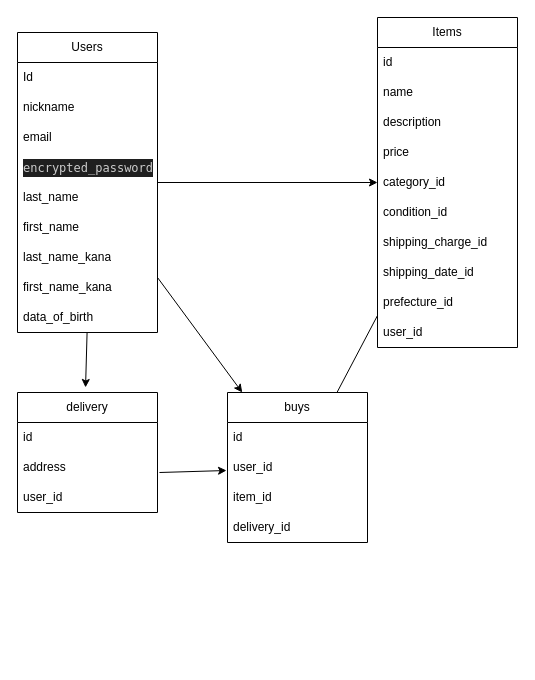
Earlier version of the draw.io diagram er.dio (hm0139/furima-39527). Source tidied: cells renumbered, new cells numbered last; positions are measured from the earlier drawing's top-left corner, leaving out a move shared by most shapes. Both pictures are drawn from the tidied source at 100%, with x=0, y=0 at pixel (17, 17).
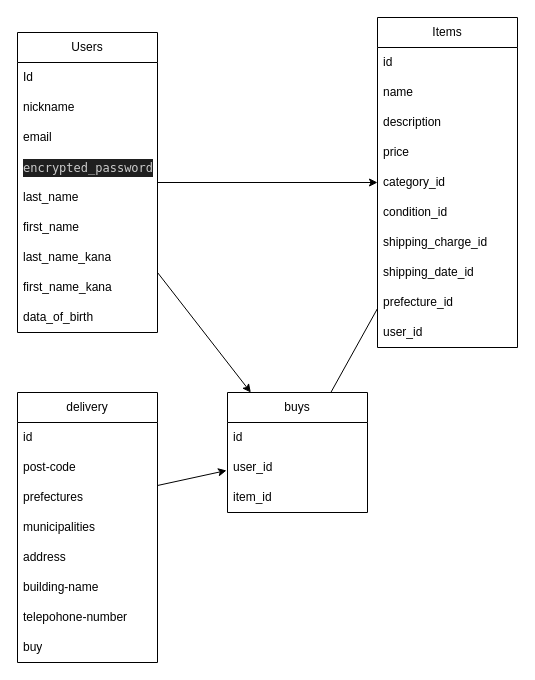
Above is the later version.

The change refers to these unchanged cells:
```xml
<mxCell id="11" value="data_of_birth" style="text;strokeColor=none;fillColor=none;align=left;verticalAlign=middle;spacingLeft=4;spacingRight=4;overflow=hidden;points=[[0,0.5],[1,0.5]];portConstraint=eastwest;whiteSpace=wrap;html=1;" parent="2" vertex="1">
  <mxGeometry y="270" width="140" height="30" as="geometry" />
</mxCell>
<mxCell id="26" value="user_id" style="text;strokeColor=none;fillColor=none;align=left;verticalAlign=middle;spacingLeft=4;spacingRight=4;overflow=hidden;points=[[0,0.5],[1,0.5]];portConstraint=eastwest;whiteSpace=wrap;html=1;" parent="24" vertex="1">
  <mxGeometry y="60" width="140" height="30" as="geometry" />
</mxCell>
```

The edit, as a diff of the source:
```diff
@@
     <mxCell id="24" value="buys" style="swimlane;fontStyle=0;horizontal=1;startSize=30;whiteSpace=wrap;html=1;" parent="1" vertex="1">
-      <mxGeometry x="210" y="375" width="140" height="150" as="geometry" />
+      <mxGeometry x="210" y="375" width="140" height="120" as="geometry" />
     </mxCell>
@@
-    <mxCell id="28" value="delivery_id" style="text;strokeColor=none;fillColor=none;align=left;verticalAlign=middle;spacingLeft=4;spacingRight=4;overflow=hidden;whiteSpace=wrap;html=1;" parent="24" vertex="1">
-      <mxGeometry y="120" width="140" height="30" as="geometry" />
-    </mxCell>
@@
     <mxCell id="31" value="delivery" style="swimlane;fontStyle=0;horizontal=1;startSize=30;whiteSpace=wrap;html=1;" parent="1" vertex="1">
-      <mxGeometry y="375" width="140" height="120" as="geometry" />
+      <mxGeometry y="375" width="140" height="270" as="geometry" />
     </mxCell>
@@
+    <mxCell id="36" value="post-code" style="text;strokeColor=none;fillColor=none;align=left;verticalAlign=middle;spacingLeft=4;spacingRight=4;overflow=hidden;points=[[0,0.5],[1,0.5]];portConstraint=eastwest;whiteSpace=wrap;html=1;" parent="31" vertex="1">
+      <mxGeometry y="60" width="140" height="30" as="geometry" />
+    </mxCell>
+    <mxCell id="37" value="prefectures" style="text;strokeColor=none;fillColor=none;align=left;verticalAlign=middle;spacingLeft=4;spacingRight=4;overflow=hidden;whiteSpace=wrap;html=1;" parent="31" vertex="1">
+      <mxGeometry y="90" width="140" height="30" as="geometry" />
+    </mxCell>
+    <mxCell id="38" value="municipalities" style="text;strokeColor=none;fillColor=none;align=left;verticalAlign=middle;spacingLeft=4;spacingRight=4;overflow=hidden;whiteSpace=wrap;html=1;" parent="31" vertex="1">
+      <mxGeometry y="120" width="140" height="30" as="geometry" />
+    </mxCell>
     <mxCell id="33" value="address" style="text;strokeColor=none;fillColor=none;align=left;verticalAlign=middle;spacingLeft=4;spacingRight=4;overflow=hidden;points=[[0,0.5],[1,0.5]];portConstraint=eastwest;whiteSpace=wrap;html=1;" parent="31" vertex="1">
-      <mxGeometry y="60" width="140" height="30" as="geometry" />
+      <mxGeometry y="150" width="140" height="30" as="geometry" />
     </mxCell>
-    <mxCell id="34" value="user_id" style="text;strokeColor=none;fillColor=none;align=left;verticalAlign=middle;spacingLeft=4;spacingRight=4;overflow=hidden;whiteSpace=wrap;html=1;" parent="31" vertex="1">
-      <mxGeometry y="90" width="140" height="30" as="geometry" />
-    </mxCell>
+    <mxCell id="39" value="building-name" style="text;strokeColor=none;fillColor=none;align=left;verticalAlign=middle;spacingLeft=4;spacingRight=4;overflow=hidden;whiteSpace=wrap;html=1;" parent="31" vertex="1">
+      <mxGeometry y="180" width="140" height="30" as="geometry" />
+    </mxCell>
+    <mxCell id="40" value="telepohone-number" style="text;strokeColor=none;fillColor=none;align=left;verticalAlign=middle;spacingLeft=4;spacingRight=4;overflow=hidden;whiteSpace=wrap;html=1;" parent="31" vertex="1">
+      <mxGeometry y="210" width="140" height="30" as="geometry" />
+    </mxCell>
+    <mxCell id="41" value="buy" style="text;strokeColor=none;fillColor=none;align=left;verticalAlign=middle;spacingLeft=4;spacingRight=4;overflow=hidden;whiteSpace=wrap;html=1;" parent="31" vertex="1">
+      <mxGeometry y="240" width="140" height="30" as="geometry" />
+    </mxCell>
-    <mxCell id="35" style="endArrow=classic;html=1;entryX=-0.007;entryY=0.6;entryDx=0;entryDy=0;entryPerimeter=0;exitX=1.014;exitY=0.667;exitDx=0;exitDy=0;exitPerimeter=0;" parent="1" edge="1" source="33" target="26">
+    <mxCell id="35" style="endArrow=classic;html=1;entryX=-0.007;entryY=0.6;entryDx=0;entryDy=0;entryPerimeter=0;exitX=1;exitY=1.1;exitDx=0;exitDy=0;exitPerimeter=0;" parent="1" edge="1" source="36" target="26">
       <mxGeometry relative="1" as="geometry" />
     </mxCell>
-    <mxCell id="36" style="endArrow=classic;html=1;entryX=0.486;entryY=-0.042;entryDx=0;entryDy=0;entryPerimeter=0;" parent="1" edge="1" source="11" target="31">
-      <mxGeometry relative="1" as="geometry" />
-    </mxCell>
```
